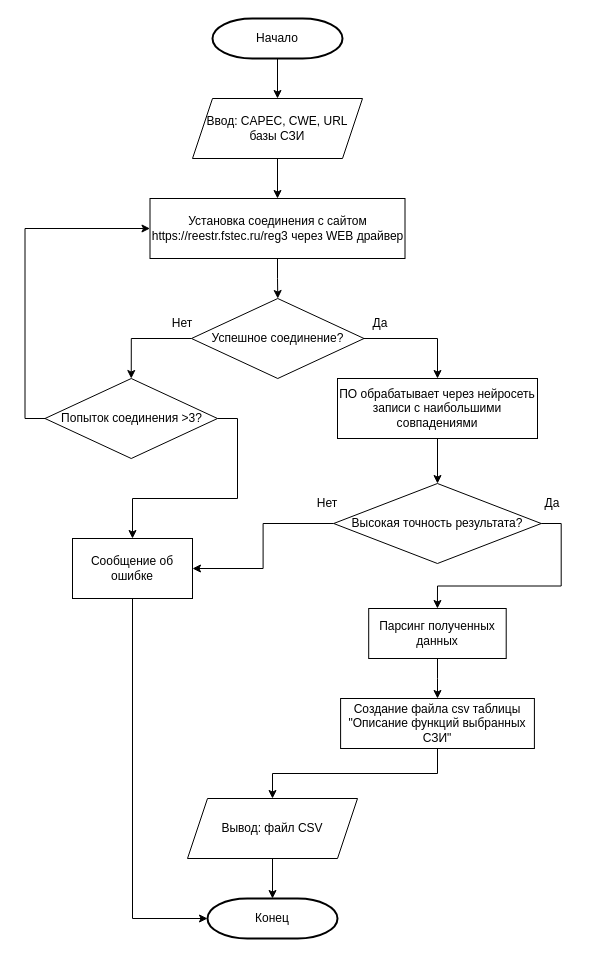
The draw.io diagram Algorithm_OPZ/(4. ЧИ) 2. Алгоритм Генерация СЗИ.drawio in SmirnovBogdan8/Diplom, before the edit. Source tidied: cells renumbered, new cells numbered last; positions are measured from the earlier drawing's top-left corner, leaving out a move shared by most shapes. Both pictures are drawn from the tidied source at 100%, with x=0, y=0 at pixel (44, 18).
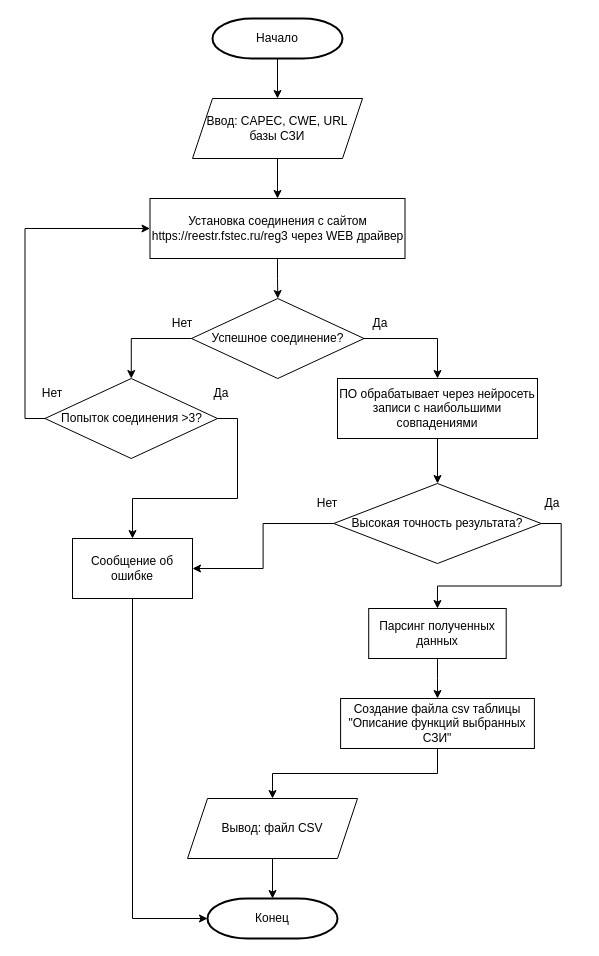
Above is the later version.

The edit, as a diff of the source:
```diff
@@
+    <mxCell id="32" value="Нет" style="text;html=1;align=center;verticalAlign=middle;whiteSpace=wrap;rounded=0;" parent="1" vertex="1">
+      <mxGeometry x="-22" y="360" width="60" height="30" as="geometry" />
+    </mxCell>
+    <mxCell id="33" value="Да" style="text;html=1;align=center;verticalAlign=middle;whiteSpace=wrap;rounded=0;" parent="1" vertex="1">
+      <mxGeometry x="147" y="360" width="60" height="30" as="geometry" />
+    </mxCell>
```
